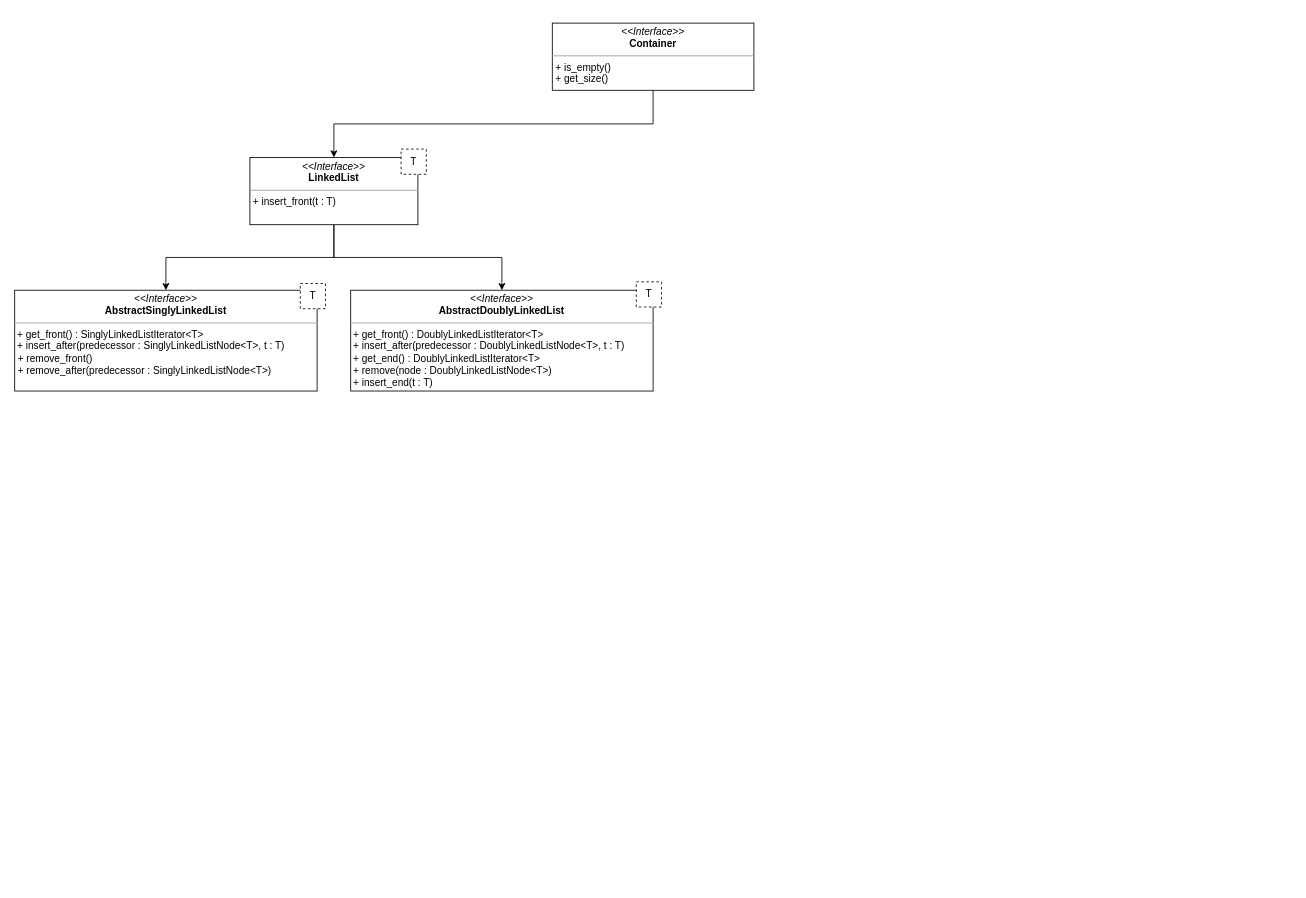
This is docs/Implementation Details/implementatio_details.drawio from christiangoerdes/Data-Structures, a draw.io file, before an edit. Source tidied: cells renumbered, new cells numbered last; positions are measured from the earlier drawing's top-left corner, leaving out a move shared by most shapes. Both pictures are drawn from the tidied source at 84%, with x=0, y=0 at pixel (14, 14).
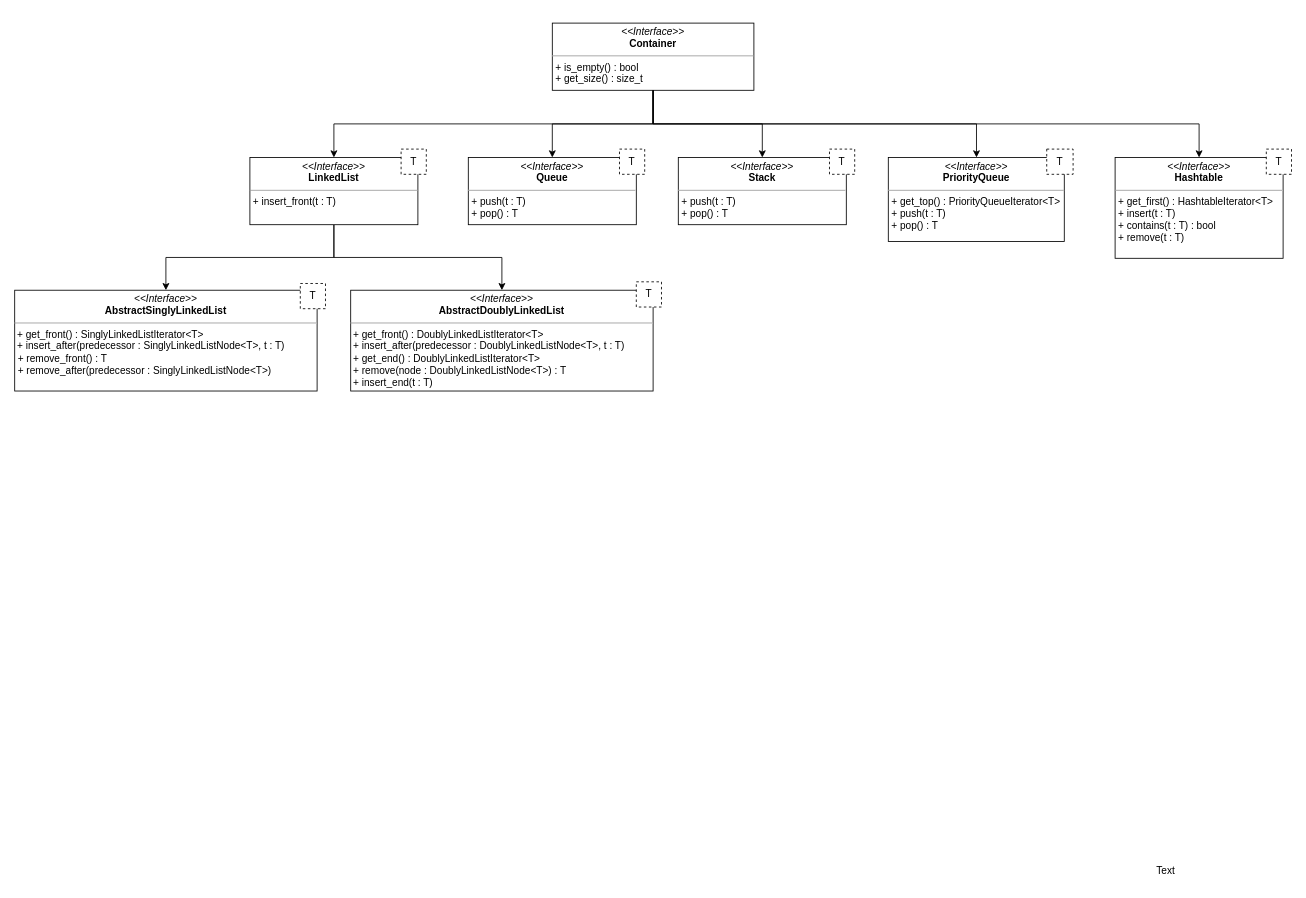
Above is the later version.

The change refers to these unchanged cells:
```xml
<mxCell id="4" style="group;" parent="1" vertex="1">
  <mxGeometry x="640" width="250" height="150" as="geometry" />
</mxCell>
<mxCell id="10" style="group;" parent="1" vertex="1">
  <mxGeometry x="400" y="318" width="370" height="130" as="geometry" />
</mxCell>
<mxCell id="13" style="group;" parent="1" vertex="1">
  <mxGeometry y="320" width="370" height="128" as="geometry" />
</mxCell>
```

Diff of the diagram source:
```diff
@@
-    <mxCell id="5" value="&lt;p style=&quot;margin:0px;margin-top:4px;text-align:center;&quot;&gt;&lt;i&gt;&amp;lt;&amp;lt;Interface&amp;gt;&amp;gt;&lt;/i&gt;&lt;br&gt;&lt;b&gt;Container&lt;/b&gt;&lt;/p&gt;&lt;hr size=&quot;1&quot;&gt;&lt;p style=&quot;margin:0px;margin-left:4px;&quot;&gt;&lt;span style=&quot;background-color: initial;&quot;&gt;+ is_empty()&lt;/span&gt;&lt;br&gt;&lt;/p&gt;&lt;p style=&quot;margin:0px;margin-left:4px;&quot;&gt;+ get_size()&amp;nbsp;&lt;span style=&quot;background-color: initial;&quot;&gt;&lt;br&gt;&lt;/span&gt;&lt;/p&gt;" style="verticalAlign=top;align=left;overflow=fill;fontSize=12;fontFamily=Helvetica;html=1;whiteSpace=wrap;" parent="4" vertex="1">
+    <mxCell id="5" value="&lt;p style=&quot;margin:0px;margin-top:4px;text-align:center;&quot;&gt;&lt;i&gt;&amp;lt;&amp;lt;Interface&amp;gt;&amp;gt;&lt;/i&gt;&lt;br&gt;&lt;b&gt;Container&lt;/b&gt;&lt;/p&gt;&lt;hr size=&quot;1&quot;&gt;&lt;p style=&quot;margin:0px;margin-left:4px;&quot;&gt;&lt;span style=&quot;background-color: initial;&quot;&gt;+ is_empty() : bool&lt;/span&gt;&lt;br&gt;&lt;/p&gt;&lt;p style=&quot;margin:0px;margin-left:4px;&quot;&gt;+ get_size() : size_t&lt;span style=&quot;background-color: initial;&quot;&gt;&lt;br&gt;&lt;/span&gt;&lt;/p&gt;" style="verticalAlign=top;align=left;overflow=fill;fontSize=12;fontFamily=Helvetica;html=1;whiteSpace=wrap;" parent="4" vertex="1">
       <mxGeometry y="10" width="240" height="80" as="geometry" />
     </mxCell>
@@
-    <mxCell id="11" value="&lt;p style=&quot;margin:0px;margin-top:4px;text-align:center;&quot;&gt;&lt;i&gt;&amp;lt;&amp;lt;Interface&amp;gt;&amp;gt;&lt;/i&gt;&lt;br&gt;&lt;b&gt;AbstractDoublyLinkedList&lt;/b&gt;&lt;/p&gt;&lt;hr size=&quot;1&quot;&gt;&amp;nbsp;+ get_front() : DoublyLinkedListIterator&amp;lt;T&amp;gt;&lt;br&gt;&lt;div&gt;&amp;nbsp;+ insert_after(predecessor : DoublyLinkedListNode&amp;lt;T&amp;gt;, t : T)&lt;/div&gt;&lt;div&gt;&amp;nbsp;+ get_end() : DoublyLinkedListIterator&amp;lt;T&amp;gt;&lt;/div&gt;&lt;div&gt;&amp;nbsp;+ remove(node : DoublyLinkedListNode&amp;lt;T&amp;gt;)&lt;/div&gt;&lt;div&gt;&amp;nbsp;+ insert_end(t : T)&lt;/div&gt;" style="verticalAlign=top;align=left;overflow=fill;fontSize=12;fontFamily=Helvetica;html=1;whiteSpace=wrap;" parent="10" vertex="1">
+    <mxCell id="11" value="&lt;p style=&quot;margin:0px;margin-top:4px;text-align:center;&quot;&gt;&lt;i&gt;&amp;lt;&amp;lt;Interface&amp;gt;&amp;gt;&lt;/i&gt;&lt;br&gt;&lt;b&gt;AbstractDoublyLinkedList&lt;/b&gt;&lt;/p&gt;&lt;hr size=&quot;1&quot;&gt;&amp;nbsp;+ get_front() : DoublyLinkedListIterator&amp;lt;T&amp;gt;&lt;br&gt;&lt;div&gt;&amp;nbsp;+ insert_after(predecessor : DoublyLinkedListNode&amp;lt;T&amp;gt;, t : T)&lt;/div&gt;&lt;div&gt;&amp;nbsp;+ get_end() : DoublyLinkedListIterator&amp;lt;T&amp;gt;&lt;/div&gt;&lt;div&gt;&amp;nbsp;+ remove(node : DoublyLinkedListNode&amp;lt;T&amp;gt;) : T&lt;/div&gt;&lt;div&gt;&amp;nbsp;+ insert_end(t : T)&lt;/div&gt;" style="verticalAlign=top;align=left;overflow=fill;fontSize=12;fontFamily=Helvetica;html=1;whiteSpace=wrap;" parent="10" vertex="1">
       <mxGeometry y="10" width="360" height="120" as="geometry" />
     </mxCell>
@@
-    <mxCell id="14" value="&lt;p style=&quot;margin:0px;margin-top:4px;text-align:center;&quot;&gt;&lt;i&gt;&amp;lt;&amp;lt;Interface&amp;gt;&amp;gt;&lt;/i&gt;&lt;br&gt;&lt;b style=&quot;border-color: var(--border-color);&quot;&gt;Abstract&lt;/b&gt;&lt;b&gt;SinglyLinkedList&lt;/b&gt;&lt;/p&gt;&lt;hr size=&quot;1&quot;&gt;&amp;nbsp;+ get_front() : SinglyLinkedListIterator&amp;lt;T&amp;gt;&lt;br&gt;&amp;nbsp;+ insert_after(predecessor : SinglyLinkedListNode&amp;lt;T&amp;gt;, t : T)&lt;b&gt;&lt;br&gt;&lt;/b&gt;&lt;p style=&quot;margin:0px;margin-left:4px;&quot;&gt;+ remove_front()&lt;/p&gt;&lt;p style=&quot;margin:0px;margin-left:4px;&quot;&gt;+ remove_after(predecessor : SinglyLinkedListNode&amp;lt;T&amp;gt;)&lt;/p&gt;" style="verticalAlign=top;align=left;overflow=fill;fontSize=12;fontFamily=Helvetica;html=1;whiteSpace=wrap;" parent="13" vertex="1">
+    <mxCell id="14" value="&lt;p style=&quot;margin:0px;margin-top:4px;text-align:center;&quot;&gt;&lt;i&gt;&amp;lt;&amp;lt;Interface&amp;gt;&amp;gt;&lt;/i&gt;&lt;br&gt;&lt;b style=&quot;border-color: var(--border-color);&quot;&gt;Abstract&lt;/b&gt;&lt;b&gt;SinglyLinkedList&lt;/b&gt;&lt;/p&gt;&lt;hr size=&quot;1&quot;&gt;&amp;nbsp;+ get_front() : SinglyLinkedListIterator&amp;lt;T&amp;gt;&lt;br&gt;&amp;nbsp;+ insert_after(predecessor : SinglyLinkedListNode&amp;lt;T&amp;gt;, t : T)&lt;b&gt;&lt;br&gt;&lt;/b&gt;&lt;p style=&quot;margin:0px;margin-left:4px;&quot;&gt;+ remove_front() : T&lt;/p&gt;&lt;p style=&quot;margin:0px;margin-left:4px;&quot;&gt;+ remove_after(predecessor : SinglyLinkedListNode&amp;lt;T&amp;gt;)&lt;/p&gt;" style="verticalAlign=top;align=left;overflow=fill;fontSize=12;fontFamily=Helvetica;html=1;whiteSpace=wrap;" parent="13" vertex="1">
       <mxGeometry y="8" width="360" height="120" as="geometry" />
     </mxCell>
@@
+    <mxCell id="16" value="Text" style="text;html=1;align=center;verticalAlign=middle;strokeColor=none;fillColor=none;" parent="1" vertex="1">
+      <mxGeometry x="1345" y="1005" width="50" height="30" as="geometry" />
+    </mxCell>
+    <mxCell id="17" style="group;" parent="1" vertex="1">
+      <mxGeometry x="540" y="160" width="210" height="90" as="geometry" />
+    </mxCell>
+    <mxCell id="18" value="&lt;p style=&quot;margin:0px;margin-top:4px;text-align:center;&quot;&gt;&lt;i&gt;&amp;lt;&amp;lt;Interface&amp;gt;&amp;gt;&lt;/i&gt;&lt;br&gt;&lt;b&gt;Queue&lt;/b&gt;&lt;/p&gt;&lt;hr size=&quot;1&quot;&gt;&lt;p style=&quot;margin:0px;margin-left:4px;&quot;&gt;&lt;span style=&quot;background-color: initial;&quot;&gt;+ push(t : T)&lt;/span&gt;&lt;br&gt;&lt;/p&gt;&lt;p style=&quot;margin:0px;margin-left:4px;&quot;&gt;&lt;span style=&quot;background-color: initial;&quot;&gt;+ pop() : T&lt;/span&gt;&lt;/p&gt;" style="verticalAlign=top;align=left;overflow=fill;fontSize=12;fontFamily=Helvetica;html=1;whiteSpace=wrap;" parent="17" vertex="1">
+      <mxGeometry y="10" width="200" height="80" as="geometry" />
+    </mxCell>
+    <mxCell id="19" value="T" style="fontStyle=0;dashed=1;html=1;whiteSpace=wrap;" parent="17" vertex="1">
+      <mxGeometry x="180" width="30" height="30" as="geometry" />
+    </mxCell>
+    <mxCell id="20" style="edgeStyle=orthogonalEdgeStyle;rounded=0;jettySize=auto;html=1;" parent="1" edge="1" source="5" target="18">
+      <mxGeometry relative="1" as="geometry" />
+    </mxCell>
+    <mxCell id="21" style="group;" parent="1" vertex="1">
+      <mxGeometry x="790" y="160" width="210" height="90" as="geometry" />
+    </mxCell>
+    <mxCell id="22" value="&lt;p style=&quot;margin:0px;margin-top:4px;text-align:center;&quot;&gt;&lt;i&gt;&amp;lt;&amp;lt;Interface&amp;gt;&amp;gt;&lt;/i&gt;&lt;br&gt;&lt;b&gt;Stack&lt;/b&gt;&lt;/p&gt;&lt;hr size=&quot;1&quot;&gt;&lt;p style=&quot;margin:0px;margin-left:4px;&quot;&gt;&lt;span style=&quot;background-color: initial;&quot;&gt;+ push(t : T)&lt;/span&gt;&lt;br&gt;&lt;/p&gt;&lt;p style=&quot;margin:0px;margin-left:4px;&quot;&gt;&lt;span style=&quot;background-color: initial;&quot;&gt;+ pop() : T&lt;/span&gt;&lt;/p&gt;" style="verticalAlign=top;align=left;overflow=fill;fontSize=12;fontFamily=Helvetica;html=1;whiteSpace=wrap;" parent="21" vertex="1">
+      <mxGeometry y="10" width="200" height="80" as="geometry" />
+    </mxCell>
+    <mxCell id="23" value="T" style="fontStyle=0;dashed=1;html=1;whiteSpace=wrap;" parent="21" vertex="1">
+      <mxGeometry x="180" width="30" height="30" as="geometry" />
+    </mxCell>
+    <mxCell id="24" style="edgeStyle=orthogonalEdgeStyle;rounded=0;jettySize=auto;html=1;entryX=0.5;entryY=0;entryDx=0;entryDy=0;" parent="1" edge="1" source="5" target="22">
+      <mxGeometry relative="1" as="geometry">
+        <Array as="points">
+          <mxPoint x="760" y="130" />
+          <mxPoint x="890" y="130" />
+        </Array>
+      </mxGeometry>
+    </mxCell>
+    <mxCell id="25" style="group;" parent="1" vertex="1">
+      <mxGeometry x="1040" y="160" width="220" height="110" as="geometry" />
+    </mxCell>
+    <mxCell id="26" value="&lt;p style=&quot;margin:0px;margin-top:4px;text-align:center;&quot;&gt;&lt;i&gt;&amp;lt;&amp;lt;Interface&amp;gt;&amp;gt;&lt;/i&gt;&lt;br&gt;&lt;b&gt;PriorityQueue&lt;/b&gt;&lt;/p&gt;&lt;hr size=&quot;1&quot;&gt;&lt;p style=&quot;margin:0px;margin-left:4px;&quot;&gt;&lt;span style=&quot;background-color: initial;&quot;&gt;+ get_top() : PriorityQueueIterator&amp;lt;T&amp;gt;&lt;/span&gt;&lt;/p&gt;&lt;p style=&quot;margin:0px;margin-left:4px;&quot;&gt;&lt;span style=&quot;background-color: initial;&quot;&gt;+ push(t : T)&lt;/span&gt;&lt;br&gt;&lt;/p&gt;&lt;p style=&quot;margin:0px;margin-left:4px;&quot;&gt;&lt;span style=&quot;background-color: initial;&quot;&gt;+ pop() : T&lt;/span&gt;&lt;/p&gt;" style="verticalAlign=top;align=left;overflow=fill;fontSize=12;fontFamily=Helvetica;html=1;whiteSpace=wrap;" parent="25" vertex="1">
+      <mxGeometry y="10" width="209.5" height="100" as="geometry" />
+    </mxCell>
+    <mxCell id="27" value="T" style="fontStyle=0;dashed=1;html=1;whiteSpace=wrap;" parent="25" vertex="1">
+      <mxGeometry x="188.6" width="31.4" height="30" as="geometry" />
+    </mxCell>
+    <mxCell id="28" style="group;" parent="1" vertex="1">
+      <mxGeometry x="1310" y="160" width="210" height="130" as="geometry" />
+    </mxCell>
+    <mxCell id="29" value="&lt;p style=&quot;margin:0px;margin-top:4px;text-align:center;&quot;&gt;&lt;i&gt;&amp;lt;&amp;lt;Interface&amp;gt;&amp;gt;&lt;/i&gt;&lt;br&gt;&lt;b&gt;Hashtable&lt;/b&gt;&lt;/p&gt;&lt;hr size=&quot;1&quot;&gt;&lt;p style=&quot;margin:0px;margin-left:4px;&quot;&gt;&lt;span style=&quot;background-color: initial;&quot;&gt;+ get_first() : HashtableIterator&amp;lt;T&amp;gt;&lt;/span&gt;&lt;/p&gt;&lt;p style=&quot;margin:0px;margin-left:4px;&quot;&gt;&lt;span style=&quot;background-color: initial;&quot;&gt;+ insert(t : T)&lt;/span&gt;&lt;/p&gt;&lt;p style=&quot;margin:0px;margin-left:4px;&quot;&gt;&lt;span style=&quot;background-color: initial;&quot;&gt;+ contains(t : T) : bool&lt;/span&gt;&lt;/p&gt;&lt;p style=&quot;margin:0px;margin-left:4px;&quot;&gt;&lt;span style=&quot;background-color: initial;&quot;&gt;+ remove(t : T)&lt;/span&gt;&lt;/p&gt;" style="verticalAlign=top;align=left;overflow=fill;fontSize=12;fontFamily=Helvetica;html=1;whiteSpace=wrap;" parent="28" vertex="1">
+      <mxGeometry y="10" width="200" height="120" as="geometry" />
+    </mxCell>
+    <mxCell id="30" value="T" style="fontStyle=0;dashed=1;html=1;whiteSpace=wrap;" parent="28" vertex="1">
+      <mxGeometry x="180" width="30" height="30" as="geometry" />
+    </mxCell>
+    <mxCell id="31" style="edgeStyle=orthogonalEdgeStyle;rounded=0;jettySize=auto;html=1;" parent="1" edge="1" source="5" target="26">
+      <mxGeometry relative="1" as="geometry">
+        <Array as="points">
+          <mxPoint x="760" y="130" />
+          <mxPoint x="1145" y="130" />
+        </Array>
+      </mxGeometry>
+    </mxCell>
+    <mxCell id="32" style="edgeStyle=orthogonalEdgeStyle;rounded=0;jettySize=auto;html=1;" parent="1" edge="1" source="5">
+      <mxGeometry relative="1" as="geometry">
+        <mxPoint x="1410" y="170" as="targetPoint" />
+        <Array as="points">
+          <mxPoint x="760" y="130" />
+          <mxPoint x="1410" y="130" />
+        </Array>
+      </mxGeometry>
+    </mxCell>
```
